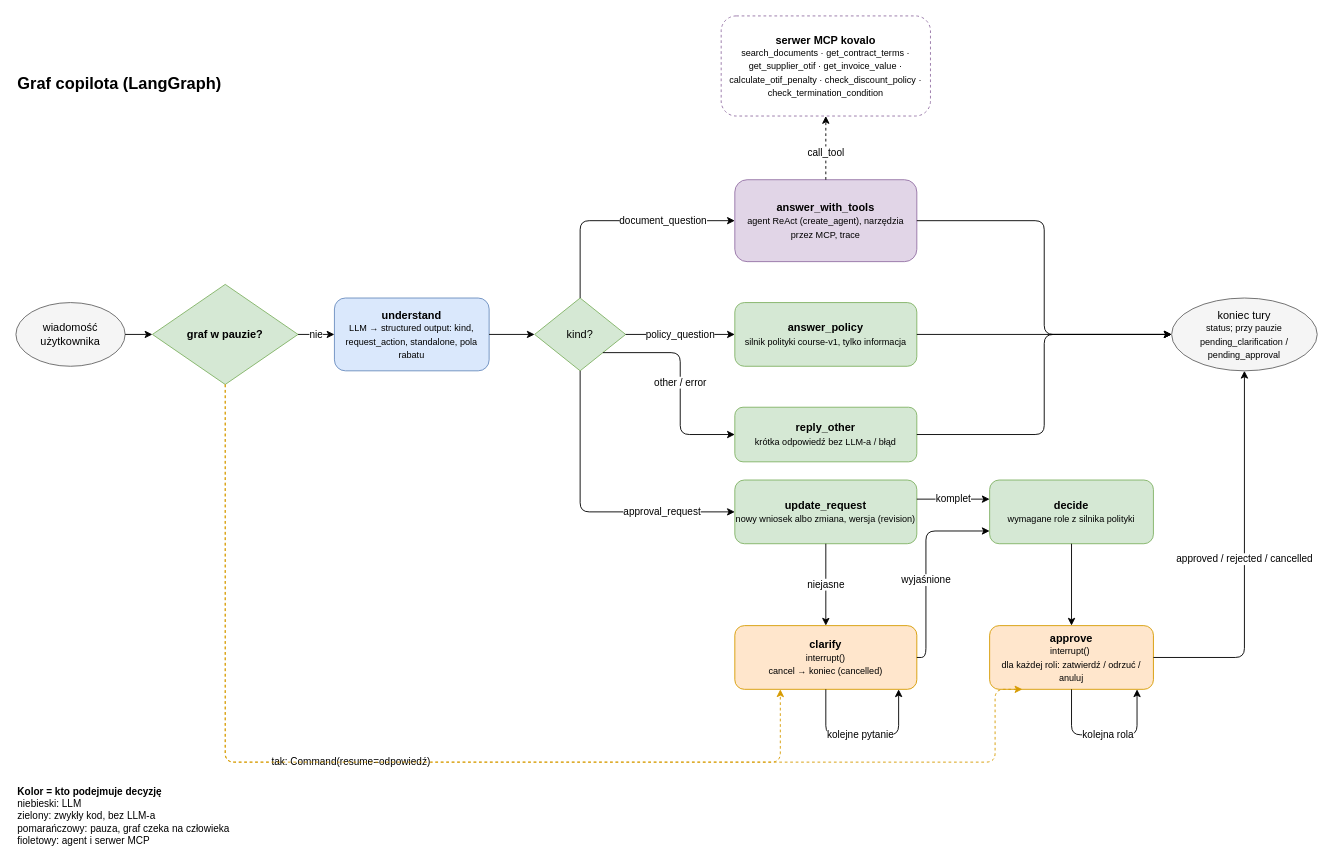
This is page "2. Graf copilota" (2 of 5) of docs/architecture/kovalo-architecture.drawio from oszypczy/kovalo-copilot, a draw.io file, before an edit. Source tidied: cells renumbered, new cells numbered last; positions are measured from the earlier drawing's top-left corner, leaving out a move shared by most shapes. Both pictures are drawn from the tidied source at 91%, with x=0, y=0 at pixel (15, 15).
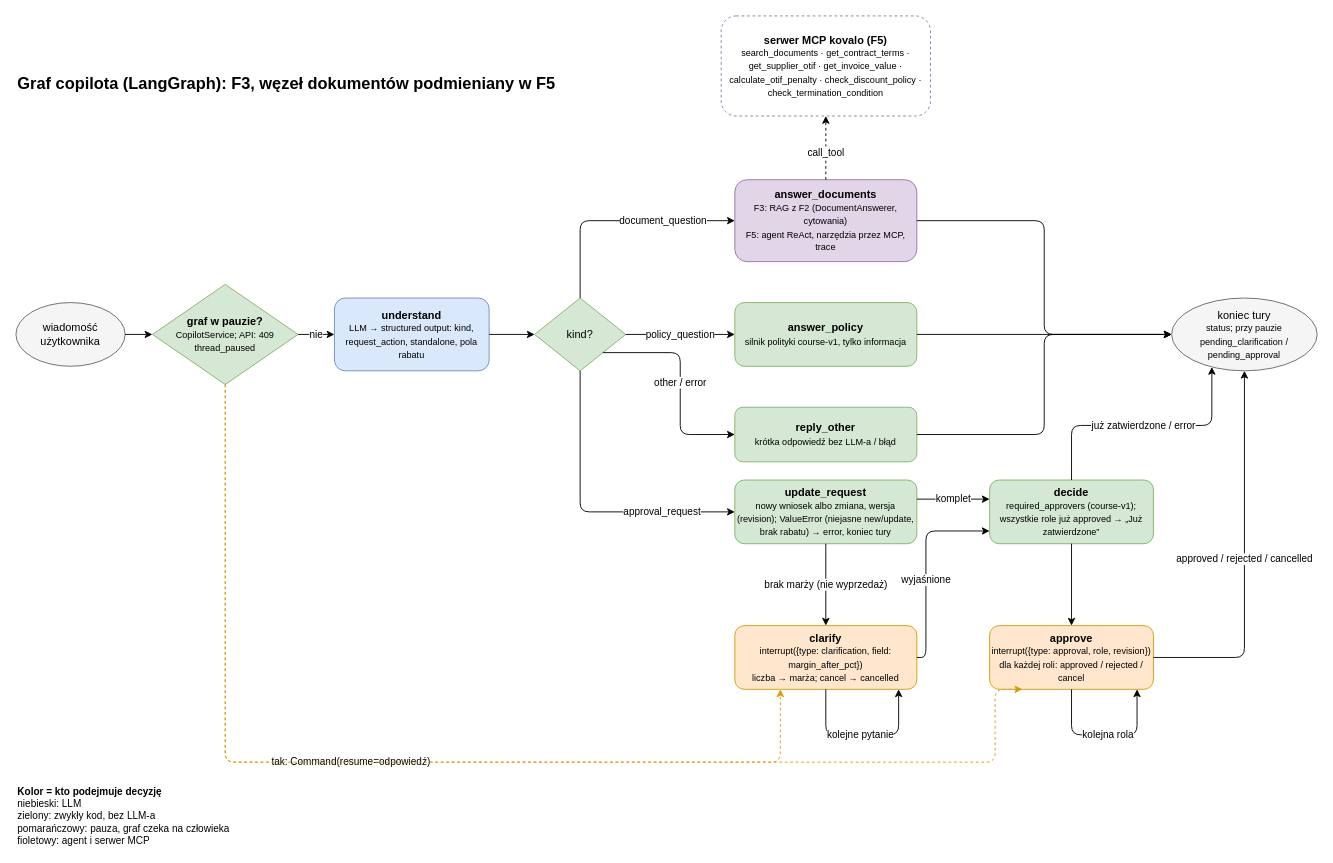
After the change.

Unchanged cells that the change refers to:
```xml
<mxCell id="14" value="koniec tury&lt;br&gt;&lt;font style=&quot;font-size:10px&quot;&gt;status; przy pauzie&lt;br&gt;pending_clarification / pending_approval&lt;/font&gt;" style="ellipse;fillColor=#f5f5f5;strokeColor=#666666;whiteSpace=wrap;html=1;" parent="1" vertex="1">
  <mxGeometry x="1270" y="310" width="160" height="80" as="geometry" />
</mxCell>
```

Change to the diagram source:
```diff
@@
-    <mxCell id="2" value="&lt;b&gt;Graf copilota (LangGraph)&lt;/b&gt;" style="text;html=1;fontSize=18;align=left;verticalAlign=middle;" parent="1" vertex="1">
+    <mxCell id="2" value="&lt;b&gt;Graf copilota (LangGraph): F3, węzeł dokumentów podmieniany w F5&lt;/b&gt;" style="text;html=1;fontSize=18;align=left;verticalAlign=middle;" parent="1" vertex="1">
       <mxGeometry y="60" width="700" height="30" as="geometry" />
     </mxCell>
@@
-    <mxCell id="4" value="&lt;b&gt;graf w pauzie?&lt;/b&gt;&lt;font style=&quot;font-size:10px&quot;&gt;&lt;br&gt;&lt;/font&gt;" style="rhombus;fillColor=#d5e8d4;strokeColor=#82b366;whiteSpace=wrap;html=1;" parent="1" vertex="1">
+    <mxCell id="4" value="&lt;b&gt;graf w pauzie?&lt;/b&gt;&lt;font style=&quot;font-size:10px&quot;&gt;&lt;br&gt;CopilotService; API: 409 thread_paused&lt;/font&gt;" style="rhombus;fillColor=#d5e8d4;strokeColor=#82b366;whiteSpace=wrap;html=1;" parent="1" vertex="1">
       <mxGeometry x="150" y="295" width="160" height="110" as="geometry" />
     </mxCell>
@@
-    <mxCell id="7" value="&lt;b&gt;answer_with_tools&lt;/b&gt;&lt;br&gt;&lt;font style=&quot;font-size:10px&quot;&gt;agent ReAct (create_agent), narzędzia przez MCP, trace&lt;/font&gt;" style="rounded=1;fillColor=#e1d5e7;strokeColor=#9673a6;whiteSpace=wrap;html=1;" parent="1" vertex="1">
+    <mxCell id="7" value="&lt;b&gt;answer_documents&lt;/b&gt;&lt;br&gt;&lt;font style=&quot;font-size:10px&quot;&gt;F3: RAG z F2 (DocumentAnswerer, cytowania)&lt;br&gt;F5: agent ReAct, narzędzia przez MCP, trace&lt;/font&gt;" style="rounded=1;fillColor=#e1d5e7;strokeColor=#9673a6;whiteSpace=wrap;html=1;" parent="1" vertex="1">
       <mxGeometry x="790" y="180" width="200" height="90" as="geometry" />
     </mxCell>
@@
-    <mxCell id="10" value="&lt;b&gt;update_request&lt;/b&gt;&lt;br&gt;&lt;font style=&quot;font-size:10px&quot;&gt;nowy wniosek albo zmiana, wersja (revision)&lt;/font&gt;" style="rounded=1;fillColor=#d5e8d4;strokeColor=#82b366;whiteSpace=wrap;html=1;" parent="1" vertex="1">
+    <mxCell id="10" value="&lt;b&gt;update_request&lt;/b&gt;&lt;br&gt;&lt;font style=&quot;font-size:10px&quot;&gt;nowy wniosek albo zmiana, wersja (revision); ValueError (niejasne new/update, brak rabatu) → error, koniec tury&lt;/font&gt;" style="rounded=1;fillColor=#d5e8d4;strokeColor=#82b366;whiteSpace=wrap;html=1;" parent="1" vertex="1">
       <mxGeometry x="790" y="510" width="200" height="70" as="geometry" />
     </mxCell>
-    <mxCell id="11" value="&lt;b&gt;clarify&lt;/b&gt;&lt;br&gt;&lt;font style=&quot;font-size:10px&quot;&gt;interrupt()&lt;br&gt;cancel → koniec (cancelled)&lt;/font&gt;" style="rounded=1;fillColor=#ffe6cc;strokeColor=#d79b00;whiteSpace=wrap;html=1;" parent="1" vertex="1">
+    <mxCell id="11" value="&lt;b&gt;clarify&lt;/b&gt;&lt;br&gt;&lt;font style=&quot;font-size:10px&quot;&gt;interrupt({type: clarification, field: margin_after_pct})&lt;br&gt;liczba → marża; cancel → cancelled&lt;/font&gt;" style="rounded=1;fillColor=#ffe6cc;strokeColor=#d79b00;whiteSpace=wrap;html=1;" parent="1" vertex="1">
       <mxGeometry x="790" y="670" width="200" height="70" as="geometry" />
     </mxCell>
-    <mxCell id="12" value="&lt;b&gt;decide&lt;/b&gt;&lt;br&gt;&lt;font style=&quot;font-size:10px&quot;&gt;wymagane role z silnika polityki&lt;/font&gt;" style="rounded=1;fillColor=#d5e8d4;strokeColor=#82b366;whiteSpace=wrap;html=1;" parent="1" vertex="1">
+    <mxCell id="12" value="&lt;b&gt;decide&lt;/b&gt;&lt;br&gt;&lt;font style=&quot;font-size:10px&quot;&gt;required_approvers (course-v1); wszystkie role już approved → „Już zatwierdzone”&lt;/font&gt;" style="rounded=1;fillColor=#d5e8d4;strokeColor=#82b366;whiteSpace=wrap;html=1;" parent="1" vertex="1">
       <mxGeometry x="1070" y="510" width="180" height="70" as="geometry" />
     </mxCell>
-    <mxCell id="13" value="&lt;b&gt;approve&lt;/b&gt;&lt;br&gt;&lt;font style=&quot;font-size:10px&quot;&gt;interrupt()&amp;nbsp;&lt;/font&gt;&lt;div&gt;&lt;font style=&quot;font-size:10px&quot;&gt;dla każdej roli: zatwierdź / odrzuć / anuluj&lt;/font&gt;&lt;/div&gt;" style="rounded=1;fillColor=#ffe6cc;strokeColor=#d79b00;whiteSpace=wrap;html=1;" parent="1" vertex="1">
+    <mxCell id="13" value="&lt;b&gt;approve&lt;/b&gt;&lt;br&gt;&lt;font style=&quot;font-size:10px&quot;&gt;interrupt({type: approval, role, revision})&lt;/font&gt;&lt;div&gt;&lt;font style=&quot;font-size:10px&quot;&gt;dla każdej roli: approved / rejected / cancel&lt;/font&gt;&lt;/div&gt;" style="rounded=1;fillColor=#ffe6cc;strokeColor=#d79b00;whiteSpace=wrap;html=1;" parent="1" vertex="1">
       <mxGeometry x="1070" y="670" width="180" height="70" as="geometry" />
     </mxCell>
@@
-    <mxCell id="15" value="&lt;b&gt;serwer MCP kovalo&lt;/b&gt;&lt;br&gt;&lt;font style=&quot;font-size:10px&quot;&gt;search_documents · get_contract_terms · get_supplier_otif · get_invoice_value · calculate_otif_penalty · check_discount_policy · check_termination_condition&lt;/font&gt;" style="rounded=1;dashed=1;fillColor=#ffffff;strokeColor=#9673a6;whiteSpace=wrap;html=1;" parent="1" vertex="1">
+    <mxCell id="15" value="&lt;b&gt;serwer MCP kovalo (F5)&lt;/b&gt;&lt;br&gt;&lt;font style=&quot;font-size:10px&quot;&gt;search_documents · get_contract_terms · get_supplier_otif · get_invoice_value · calculate_otif_penalty · check_discount_policy · check_termination_condition&lt;/font&gt;" style="rounded=1;dashed=1;fillColor=#ffffff;strokeColor=#9673a6;whiteSpace=wrap;html=1;" parent="1" vertex="1">
       <mxGeometry x="775" width="230" height="110" as="geometry" />
     </mxCell>
@@
-    <mxCell id="23" value="niejasne" style="edgeStyle=orthogonalEdgeStyle;rounded=1;html=1;defaultLabelBackgroundColor=page;exitX=0.5;exitY=1;entryX=0.5;entryY=0;" parent="1" edge="1" source="10" target="11">
+    <mxCell id="23" value="brak marży (nie wyprzedaż)" style="edgeStyle=orthogonalEdgeStyle;rounded=1;html=1;defaultLabelBackgroundColor=page;exitX=0.5;exitY=1;entryX=0.5;entryY=0;" parent="1" edge="1" source="10" target="11">
       <mxGeometry relative="1" as="geometry" />
     </mxCell>
@@
+    <mxCell id="37" value="już zatwierdzone / error" style="edgeStyle=orthogonalEdgeStyle;rounded=1;html=1;defaultLabelBackgroundColor=page;exitX=0.5;exitY=0;entryX=0.25;entryY=1;" parent="1" edge="1" source="12" target="14">
+      <mxGeometry relative="1" as="geometry" />
+    </mxCell>
```
